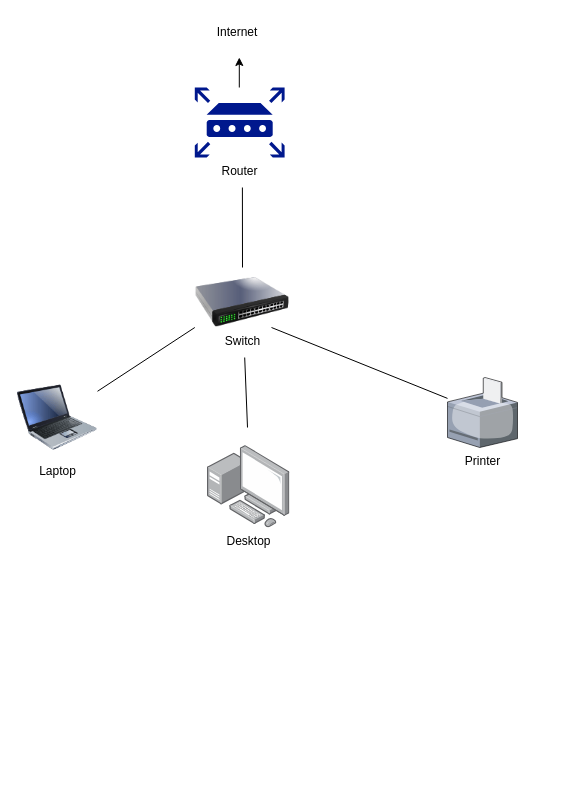
BlackPearlNix/Network_design keeps this draw.io diagram as Basic_Network_Design.drawio. Above is the earlier version. Source tidied: cells renumbered, new cells numbered last; positions are measured from the earlier drawing's top-left corner, leaving out a move shared by most shapes. Both pictures are drawn from the tidied source at 100%, with x=0, y=0 at pixel (17, 17).
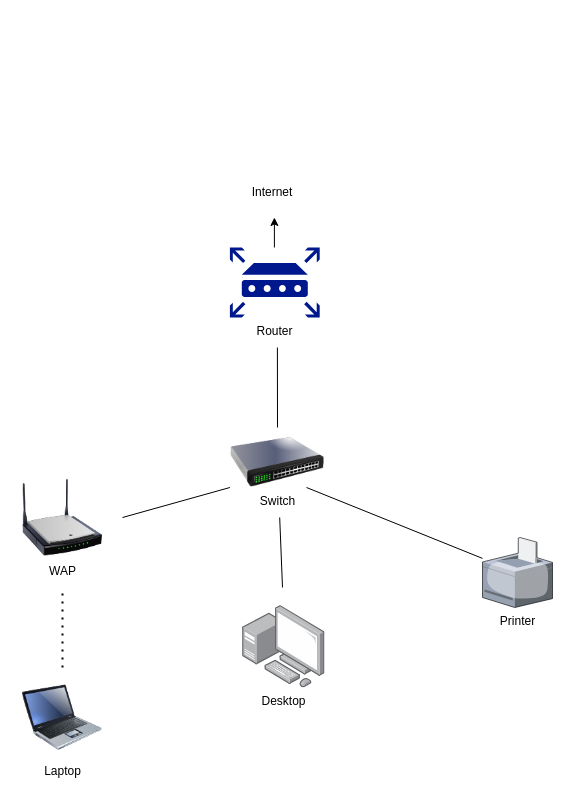
After the change.

What changed in the source:
```diff
@@
     <mxCell id="2" value="&lt;div&gt;Router&lt;/div&gt;&lt;div&gt;&lt;br&gt;&lt;/div&gt;" style="sketch=0;shadow=0;dashed=0;html=1;strokeColor=none;labelPosition=center;verticalLabelPosition=bottom;verticalAlign=top;align=center;fillColor=#00188D;shape=mxgraph.mscae.enterprise.router;" parent="1" vertex="1">
-      <mxGeometry x="177.3" y="70" width="89.8" height="70" as="geometry" />
+      <mxGeometry x="212.4" y="230" width="89.8" height="70" as="geometry" />
     </mxCell>
     <mxCell id="3" value="Switch" style="image;html=1;image=img/lib/clip_art/networking/Switch_128x128.png;" parent="1" vertex="1">
-      <mxGeometry x="177.3" y="260" width="95.1" height="50" as="geometry" />
+      <mxGeometry x="212.4" y="420" width="95.1" height="50" as="geometry" />
     </mxCell>
     <mxCell id="4" style="endArrow=none;html=1;rounded=0;" parent="1" edge="1">
       <mxGeometry relative="1" as="geometry">
-        <mxPoint x="225" y="250" as="sourcePoint" />
-        <mxPoint x="224.9" y="170" as="targetPoint" />
+        <mxPoint x="260" y="410" as="sourcePoint" />
+        <mxPoint x="259.9" y="330" as="targetPoint" />
       </mxGeometry>
     </mxCell>
     <mxCell id="5" value="&lt;div&gt;Printer&lt;/div&gt;&lt;div&gt;&lt;br&gt;&lt;/div&gt;" style="verticalLabelPosition=bottom;sketch=0;html=1;verticalAlign=top;strokeColor=none;align=center;outlineConnect=0;shape=mxgraph.citrix.printer;" parent="1" vertex="1">
-      <mxGeometry x="430" y="360" width="70" height="70" as="geometry" />
+      <mxGeometry x="465" y="520" width="70" height="70" as="geometry" />
     </mxCell>
     <mxCell id="6" value="Laptop" style="image;html=1;image=img/lib/clip_art/computers/Laptop_128x128.png;" parent="1" vertex="1">
-      <mxGeometry y="360" width="80" height="80" as="geometry" />
+      <mxGeometry x="5" y="660" width="80" height="80" as="geometry" />
     </mxCell>
     <mxCell id="7" value="Desktop" style="image;html=1;align=center;shadow=0;dashed=0;image=img/lib/allied_telesis/computer_and_terminals/Personal_Computer_with_Server.svg;" parent="1" vertex="1">
-      <mxGeometry x="190" y="428" width="82.4" height="82.4" as="geometry" />
+      <mxGeometry x="225.1" y="588" width="82.4" height="82.4" as="geometry" />
     </mxCell>
-    <mxCell id="8" style="endArrow=none;html=1;rounded=0;entryX=0;entryY=1;entryDx=0;entryDy=0;" parent="1" edge="1" source="6" target="3">
-      <mxGeometry relative="1" as="geometry" />
+    <mxCell id="8" style="endArrow=none;html=1;rounded=0;entryX=0;entryY=1;entryDx=0;entryDy=0;" parent="1" edge="1" target="3">
+      <mxGeometry relative="1" as="geometry">
+        <mxPoint x="105" y="500" as="sourcePoint" />
+      </mxGeometry>
     </mxCell>
     <mxCell id="9" style="endArrow=none;html=1;rounded=0;" parent="1" edge="1">
       <mxGeometry relative="1" as="geometry">
-        <mxPoint x="230" y="410" as="sourcePoint" />
-        <mxPoint x="227.2" y="340" as="targetPoint" />
+        <mxPoint x="265" y="570" as="sourcePoint" />
+        <mxPoint x="262.2" y="500" as="targetPoint" />
       </mxGeometry>
     </mxCell>
     <mxCell id="10" style="endArrow=none;html=1;rounded=0;" parent="1" edge="1" source="5">
       <mxGeometry relative="1" as="geometry">
-        <mxPoint x="254" y="310" as="targetPoint" />
+        <mxPoint x="289" y="470" as="targetPoint" />
       </mxGeometry>
     </mxCell>
     <mxCell id="11" style="endArrow=classic;html=1;rounded=0;" parent="1" edge="1">
       <mxGeometry relative="1" as="geometry">
-        <mxPoint x="221.8" y="70" as="sourcePoint" />
-        <mxPoint x="221.8" y="40" as="targetPoint" />
+        <mxPoint x="256.9" y="230" as="sourcePoint" />
+        <mxPoint x="256.9" y="200" as="targetPoint" />
       </mxGeometry>
     </mxCell>
     <mxCell id="12" value="&lt;div&gt;Internet&lt;/div&gt;" style="text;html=1;align=center;verticalAlign=middle;whiteSpace=wrap;rounded=0;" parent="1" vertex="1">
-      <mxGeometry x="190" width="60" height="30" as="geometry" />
+      <mxGeometry x="225" y="160" width="60" height="30" as="geometry" />
     </mxCell>
+    <mxCell id="13" value="&lt;div&gt;WAP&lt;/div&gt;&lt;div&gt;&lt;br&gt;&lt;/div&gt;" style="image;html=1;image=img/lib/clip_art/networking/Wireless_Router_N_128x128.png;" parent="1" vertex="1">
+      <mxGeometry x="5" y="460" width="80" height="80" as="geometry" />
+    </mxCell>
+    <mxCell id="14" style="endArrow=none;dashed=1;html=1;dashPattern=1 3;strokeWidth=2;rounded=0;" parent="1" edge="1">
+      <mxGeometry relative="1" as="geometry">
+        <mxPoint x="45" y="650" as="sourcePoint" />
+        <mxPoint x="45" y="570" as="targetPoint" />
+      </mxGeometry>
+    </mxCell>
```
